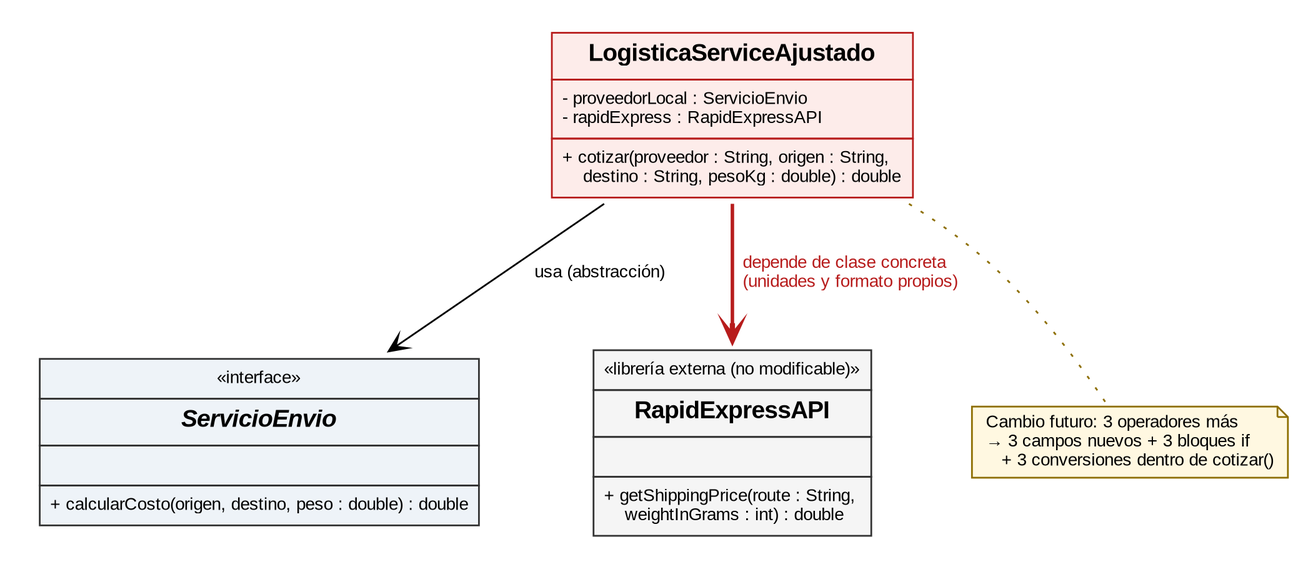
Above: docs/img/fig1_dependencias_antes.png in Mauricio10228/agroconecta-adapter (Graphviz), before the change. Its source is kept beside it as docs/img/fig1_dependencias_antes.dot. The source it was exported from:
```dot
digraph G {
 graph [rankdir=TB, nodesep=0.7, ranksep=0.8, fontname="Liberation Sans", pad=0.2];
 node [fontname="Liberation Sans"]; edge [fontname="Liberation Sans", fontsize=10];
 A [label=<<TABLE BORDER="0" CELLBORDER="1" CELLSPACING="0" CELLPADDING="5" BGCOLOR="#FDECEA" COLOR="#B71C1C"><TR><TD ALIGN="CENTER"><B>LogisticaServiceAjustado</B></TD></TR><TR><TD ALIGN="LEFT"><FONT POINT-SIZE="10">- proveedorLocal : ServicioEnvio<BR ALIGN="LEFT"/>- rapidExpress : RapidExpressAPI<BR ALIGN="LEFT"/></FONT></TD></TR><TR><TD ALIGN="LEFT"><FONT POINT-SIZE="10">+ cotizar(proveedor : String, origen : String,<BR ALIGN="LEFT"/>    destino : String, pesoKg : double) : double<BR ALIGN="LEFT"/></FONT></TD></TR></TABLE>>, shape=plaintext];
 S [label=<<TABLE BORDER="0" CELLBORDER="1" CELLSPACING="0" CELLPADDING="5" BGCOLOR="#EEF3F8" COLOR="#333333"><TR><TD ALIGN="CENTER"><FONT POINT-SIZE="10">«interface»</FONT></TD></TR><TR><TD ALIGN="CENTER"><B><I>ServicioEnvio</I></B></TD></TR><TR><TD ALIGN="LEFT"><FONT POINT-SIZE="10"> </FONT></TD></TR><TR><TD ALIGN="LEFT"><FONT POINT-SIZE="10">+ calcularCosto(origen, destino, peso : double) : double<BR ALIGN="LEFT"/></FONT></TD></TR></TABLE>>, shape=plaintext];
 R [label=<<TABLE BORDER="0" CELLBORDER="1" CELLSPACING="0" CELLPADDING="5" BGCOLOR="#F5F5F5" COLOR="#333333"><TR><TD ALIGN="CENTER"><FONT POINT-SIZE="10">«librería externa (no modificable)»</FONT></TD></TR><TR><TD ALIGN="CENTER"><B>RapidExpressAPI</B></TD></TR><TR><TD ALIGN="LEFT"><FONT POINT-SIZE="10"> </FONT></TD></TR><TR><TD ALIGN="LEFT"><FONT POINT-SIZE="10">+ getShippingPrice(route : String,<BR ALIGN="LEFT"/>    weightInGrams : int) : double<BR ALIGN="LEFT"/></FONT></TD></TR></TABLE>>, shape=plaintext];
 A -> S [arrowhead=vee, label="  usa (abstracción)"];
 A -> R [arrowhead=vee, color="#B71C1C", fontcolor="#B71C1C", penwidth=2, label="  depende de clase concreta\l  (unidades y formato propios)\l"];
 N [shape=note, style=filled, fillcolor="#FFF8E1", color="#8D6E00", fontsize=10, label="Cambio futuro: 3 operadores más\l→ 3 campos nuevos + 3 bloques if\l   + 3 conversiones dentro de cotizar()\l"];
 A -> N [style=dotted, arrowhead=none, color="#8D6E00"];
}
```
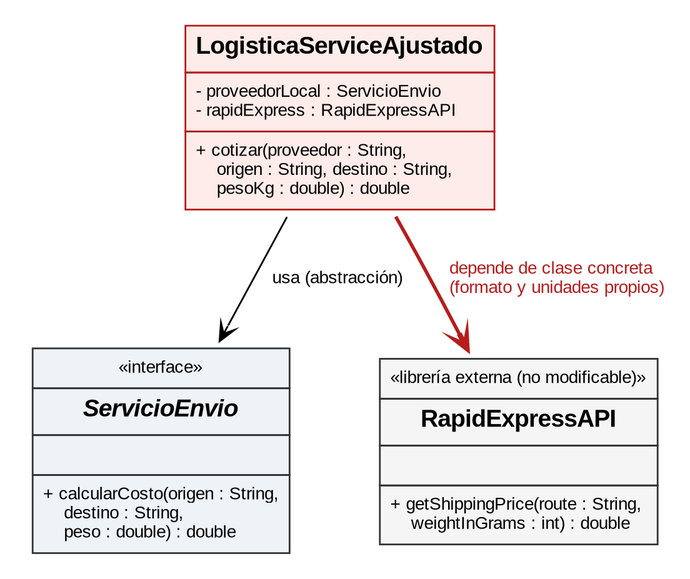
After the commit.

What changed in the source:
```diff
@@ -1,11 +1,9 @@
 digraph G {
- graph [rankdir=TB, nodesep=0.7, ranksep=0.8, fontname="Liberation Sans", pad=0.2];
+ graph [rankdir=TB, nodesep=0.5, ranksep=0.7, fontname="Liberation Sans", pad=0.15];
  node [fontname="Liberation Sans"]; edge [fontname="Liberation Sans", fontsize=10];
- A [label=<<TABLE BORDER="0" CELLBORDER="1" CELLSPACING="0" CELLPADDING="5" BGCOLOR="#FDECEA" COLOR="#B71C1C"><TR><TD ALIGN="CENTER"><B>LogisticaServiceAjustado</B></TD></TR><TR><TD ALIGN="LEFT"><FONT POINT-SIZE="10">- proveedorLocal : ServicioEnvio<BR ALIGN="LEFT"/>- rapidExpress : RapidExpressAPI<BR ALIGN="LEFT"/></FONT></TD></TR><TR><TD ALIGN="LEFT"><FONT POINT-SIZE="10">+ cotizar(proveedor : String, origen : String,<BR ALIGN="LEFT"/>    destino : String, pesoKg : double) : double<BR ALIGN="LEFT"/></FONT></TD></TR></TABLE>>, shape=plaintext];
- S [label=<<TABLE BORDER="0" CELLBORDER="1" CELLSPACING="0" CELLPADDING="5" BGCOLOR="#EEF3F8" COLOR="#333333"><TR><TD ALIGN="CENTER"><FONT POINT-SIZE="10">«interface»</FONT></TD></TR><TR><TD ALIGN="CENTER"><B><I>ServicioEnvio</I></B></TD></TR><TR><TD ALIGN="LEFT"><FONT POINT-SIZE="10"> </FONT></TD></TR><TR><TD ALIGN="LEFT"><FONT POINT-SIZE="10">+ calcularCosto(origen, destino, peso : double) : double<BR ALIGN="LEFT"/></FONT></TD></TR></TABLE>>, shape=plaintext];
+ A [label=<<TABLE BORDER="0" CELLBORDER="1" CELLSPACING="0" CELLPADDING="5" BGCOLOR="#FDECEA" COLOR="#B71C1C"><TR><TD ALIGN="CENTER"><B>LogisticaServiceAjustado</B></TD></TR><TR><TD ALIGN="LEFT"><FONT POINT-SIZE="10">- proveedorLocal : ServicioEnvio<BR ALIGN="LEFT"/>- rapidExpress : RapidExpressAPI<BR ALIGN="LEFT"/></FONT></TD></TR><TR><TD ALIGN="LEFT"><FONT POINT-SIZE="10">+ cotizar(proveedor : String,<BR ALIGN="LEFT"/>    origen : String, destino : String,<BR ALIGN="LEFT"/>    pesoKg : double) : double<BR ALIGN="LEFT"/></FONT></TD></TR></TABLE>>, shape=plaintext];
+ S [label=<<TABLE BORDER="0" CELLBORDER="1" CELLSPACING="0" CELLPADDING="5" BGCOLOR="#EEF3F8" COLOR="#333333"><TR><TD ALIGN="CENTER"><FONT POINT-SIZE="10">«interface»</FONT></TD></TR><TR><TD ALIGN="CENTER"><B><I>ServicioEnvio</I></B></TD></TR><TR><TD ALIGN="LEFT"><FONT POINT-SIZE="10"> </FONT></TD></TR><TR><TD ALIGN="LEFT"><FONT POINT-SIZE="10">+ calcularCosto(origen : String,<BR ALIGN="LEFT"/>    destino : String,<BR ALIGN="LEFT"/>    peso : double) : double<BR ALIGN="LEFT"/></FONT></TD></TR></TABLE>>, shape=plaintext];
  R [label=<<TABLE BORDER="0" CELLBORDER="1" CELLSPACING="0" CELLPADDING="5" BGCOLOR="#F5F5F5" COLOR="#333333"><TR><TD ALIGN="CENTER"><FONT POINT-SIZE="10">«librería externa (no modificable)»</FONT></TD></TR><TR><TD ALIGN="CENTER"><B>RapidExpressAPI</B></TD></TR><TR><TD ALIGN="LEFT"><FONT POINT-SIZE="10"> </FONT></TD></TR><TR><TD ALIGN="LEFT"><FONT POINT-SIZE="10">+ getShippingPrice(route : String,<BR ALIGN="LEFT"/>    weightInGrams : int) : double<BR ALIGN="LEFT"/></FONT></TD></TR></TABLE>>, shape=plaintext];
  A -> S [arrowhead=vee, label="  usa (abstracción)"];
- A -> R [arrowhead=vee, color="#B71C1C", fontcolor="#B71C1C", penwidth=2, label="  depende de clase concreta\l  (unidades y formato propios)\l"];
- N [shape=note, style=filled, fillcolor="#FFF8E1", color="#8D6E00", fontsize=10, label="Cambio futuro: 3 operadores más\l→ 3 campos nuevos + 3 bloques if\l   + 3 conversiones dentro de cotizar()\l"];
- A -> N [style=dotted, arrowhead=none, color="#8D6E00"];
+ A -> R [arrowhead=vee, color="#B71C1C", fontcolor="#B71C1C", penwidth=2, label="  depende de clase concreta\l  (formato y unidades propios)\l"];
 }
```
